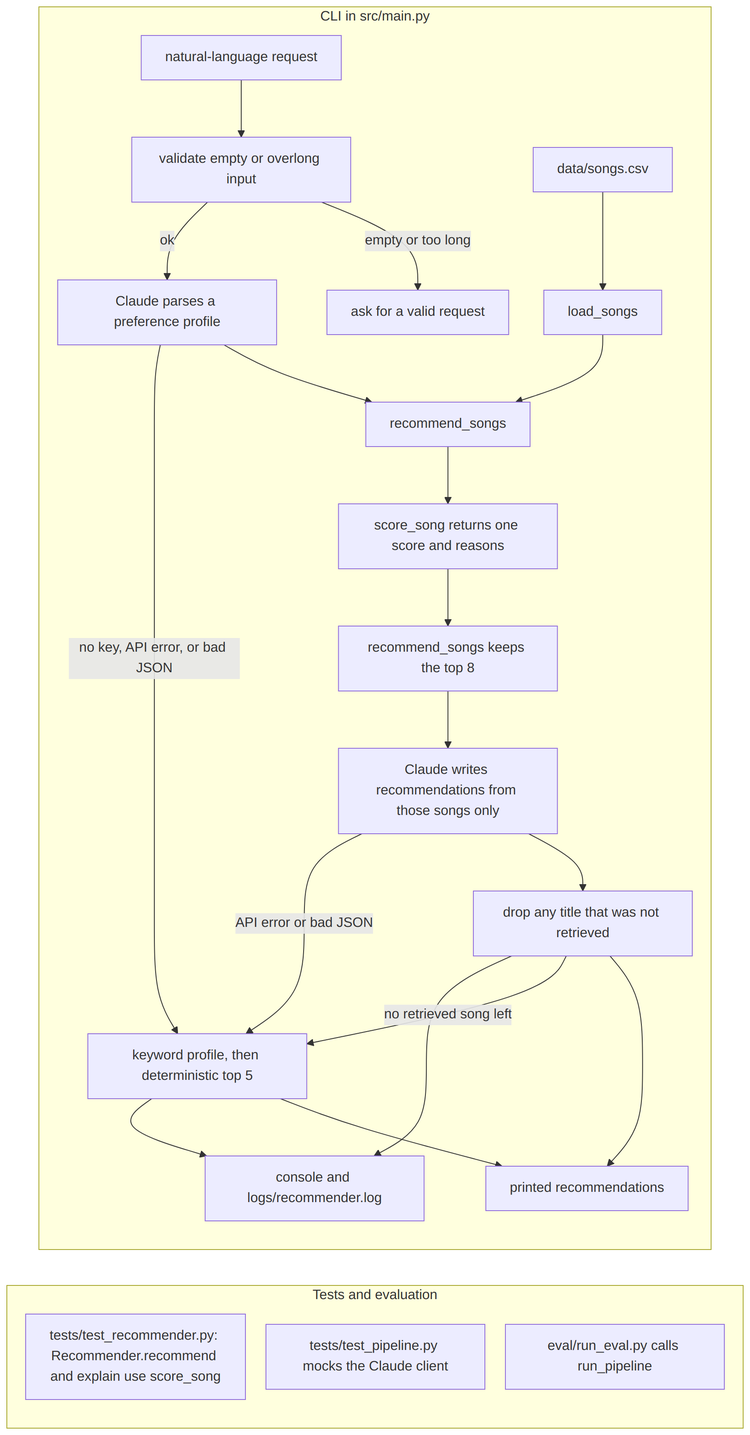
Earlier version of the Mermaid export assets/architecture.png (ThePurpleClub/applied-ai-system-project). Its source is kept beside it as diagrams/architecture.mmd.
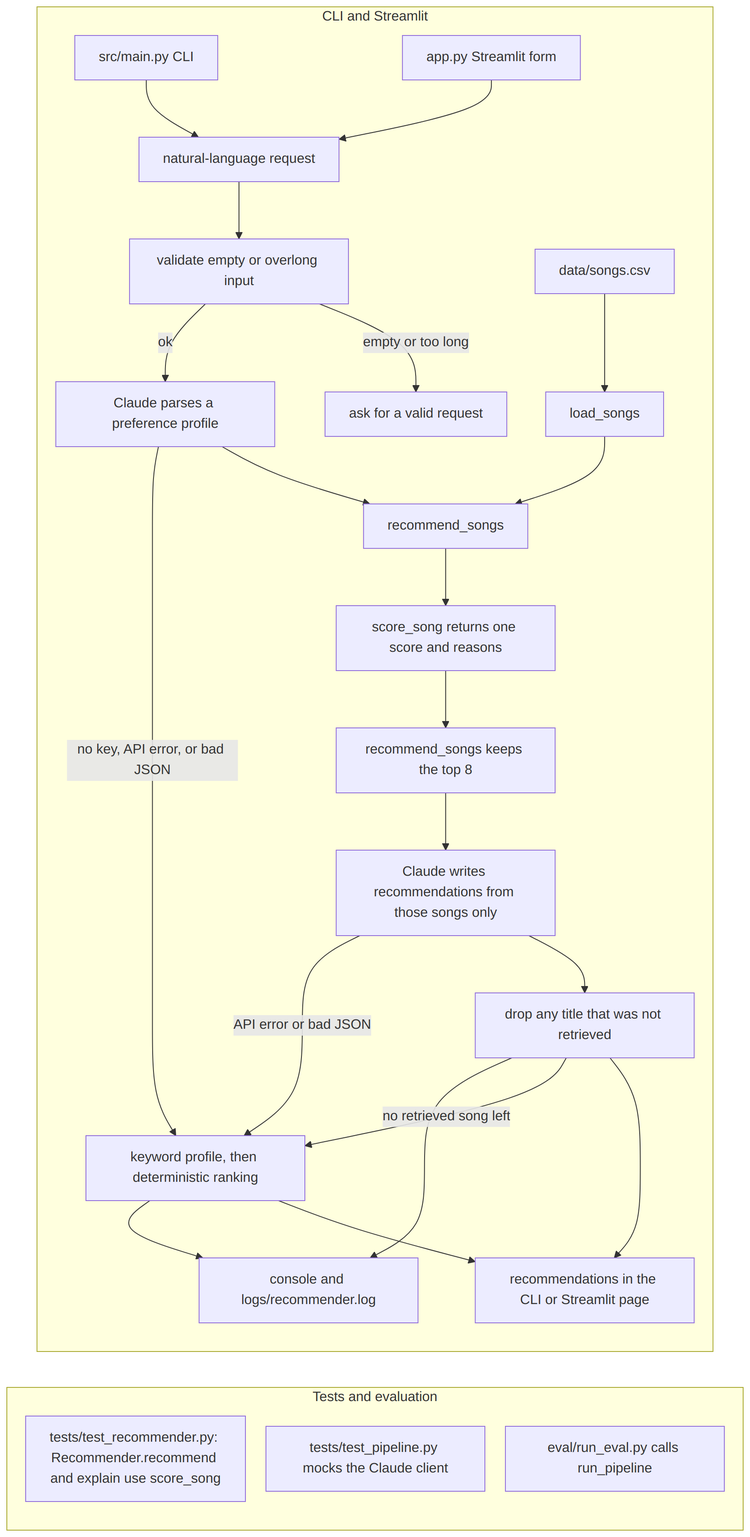
The same file after the commit.

Commit message:
Add a Streamlit page for the recommender.

The edit, as a diff of the source:
```diff
@@ -1,8 +1,10 @@
 %%{init: {"flowchart": {"rankSpacing": 42, "nodeSpacing": 24, "padding": 14}}}%%
 flowchart TD
-    subgraph app ["CLI in src/main.py"]
+    subgraph app ["CLI and Streamlit"]
         direction TB
-        request["natural-language request"] --> checkLen["validate empty or overlong input"]
+        cli["src/main.py CLI"] --> request["natural-language request"]
+        ui["app.py Streamlit form"] --> request
+        request --> checkLen["validate empty or overlong input"]
         checkLen -->|"empty or too long"| rejected["ask for a valid request"]
         checkLen -->|"ok"| parse["Claude parses a preference profile"]
         csv["data/songs.csv"] --> loadSongs["load_songs"]
@@ -12,8 +14,8 @@
         score --> topn["recommend_songs keeps the top 8"]
         topn --> generate["Claude writes recommendations from those songs only"]
         generate --> guard["drop any title that was not retrieved"]
-        guard --> stdout["printed recommendations"]
-        parse -->|"no key, API error, or bad JSON"| fallback["keyword profile, then deterministic top 5"]
+        guard --> stdout["recommendations in the CLI or Streamlit page"]
+        parse -->|"no key, API error, or bad JSON"| fallback["keyword profile, then deterministic ranking"]
         generate -->|"API error or bad JSON"| fallback
         guard -->|"no retrieved song left"| fallback
         fallback --> stdout
```
